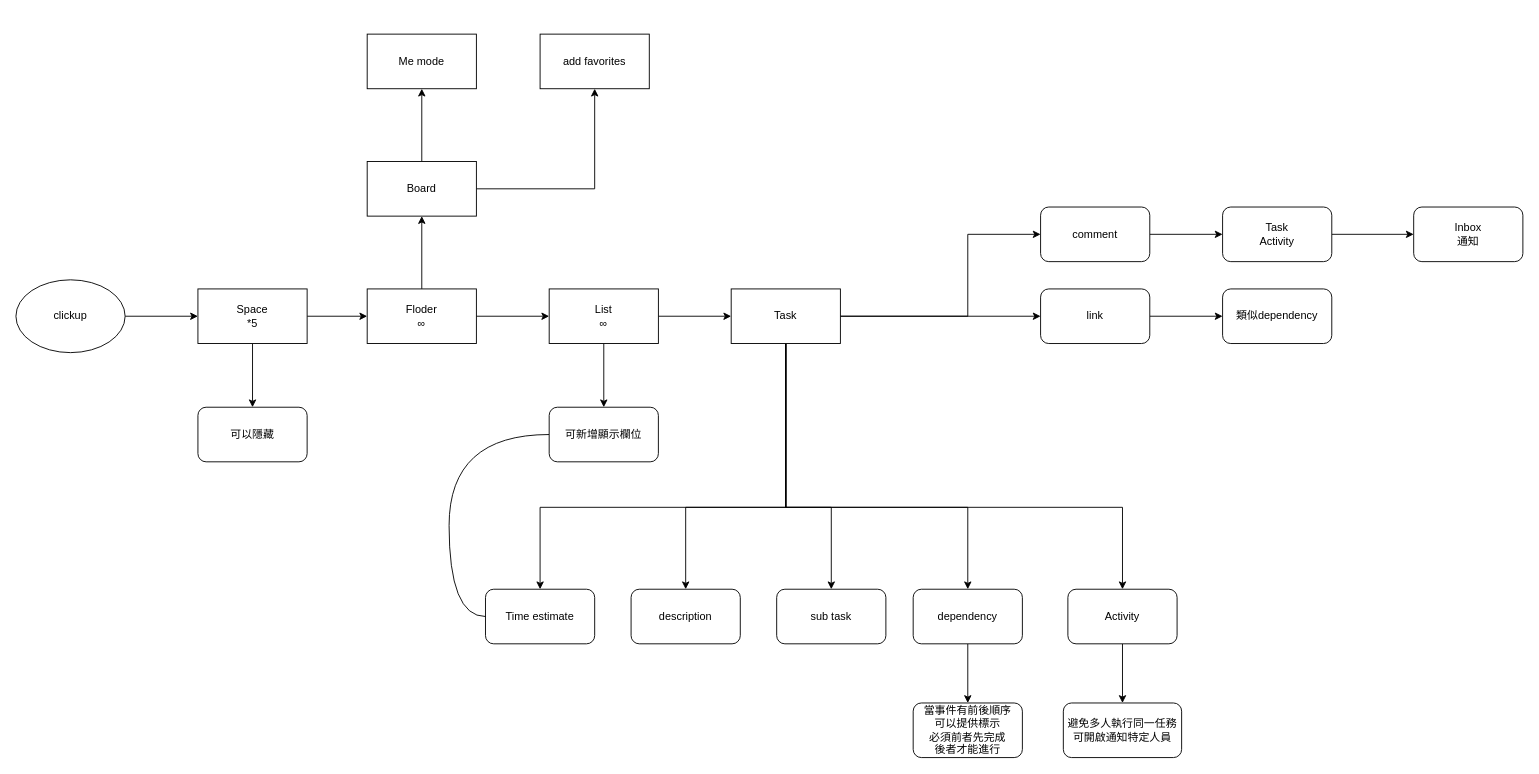
Before: clickup.drawio in asd0591804/treeImage, a draw.io diagram. Source tidied: cells renumbered, new cells numbered last; positions are measured from the earlier drawing's top-left corner, leaving out a move shared by most shapes. Both pictures are drawn from the tidied source at 91%, with x=0, y=0 at pixel (15, 34).
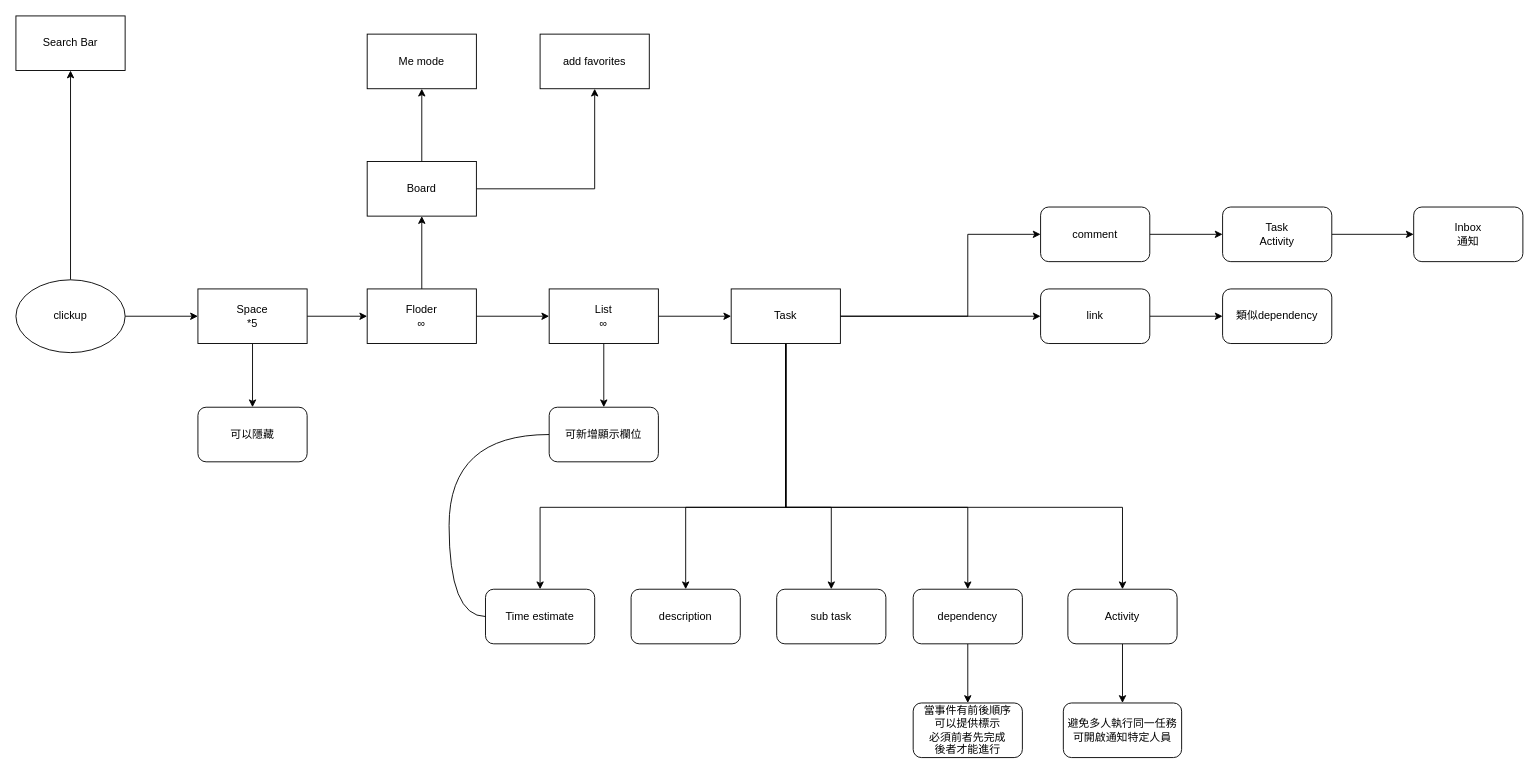
Above is the later version.

The change refers to these unchanged cells:
```xml
<mxCell id="3" value="clickup" style="ellipse;whiteSpace=wrap;html=1;" parent="1" vertex="1">
  <mxGeometry y="270" width="120" height="80" as="geometry" />
</mxCell>
```

What changed in the source:
```diff
@@
+    <mxCell id="46" style="edgeStyle=orthogonalEdgeStyle;rounded=0;jettySize=auto;html=1;" parent="1" edge="1" source="3" target="47">
+      <mxGeometry relative="1" as="geometry" />
+    </mxCell>
@@
+    <mxCell id="47" value="Search Bar" style="whiteSpace=wrap;html=1;" parent="1" vertex="1">
+      <mxGeometry y="-20" width="120" height="60" as="geometry" />
+    </mxCell>
```
